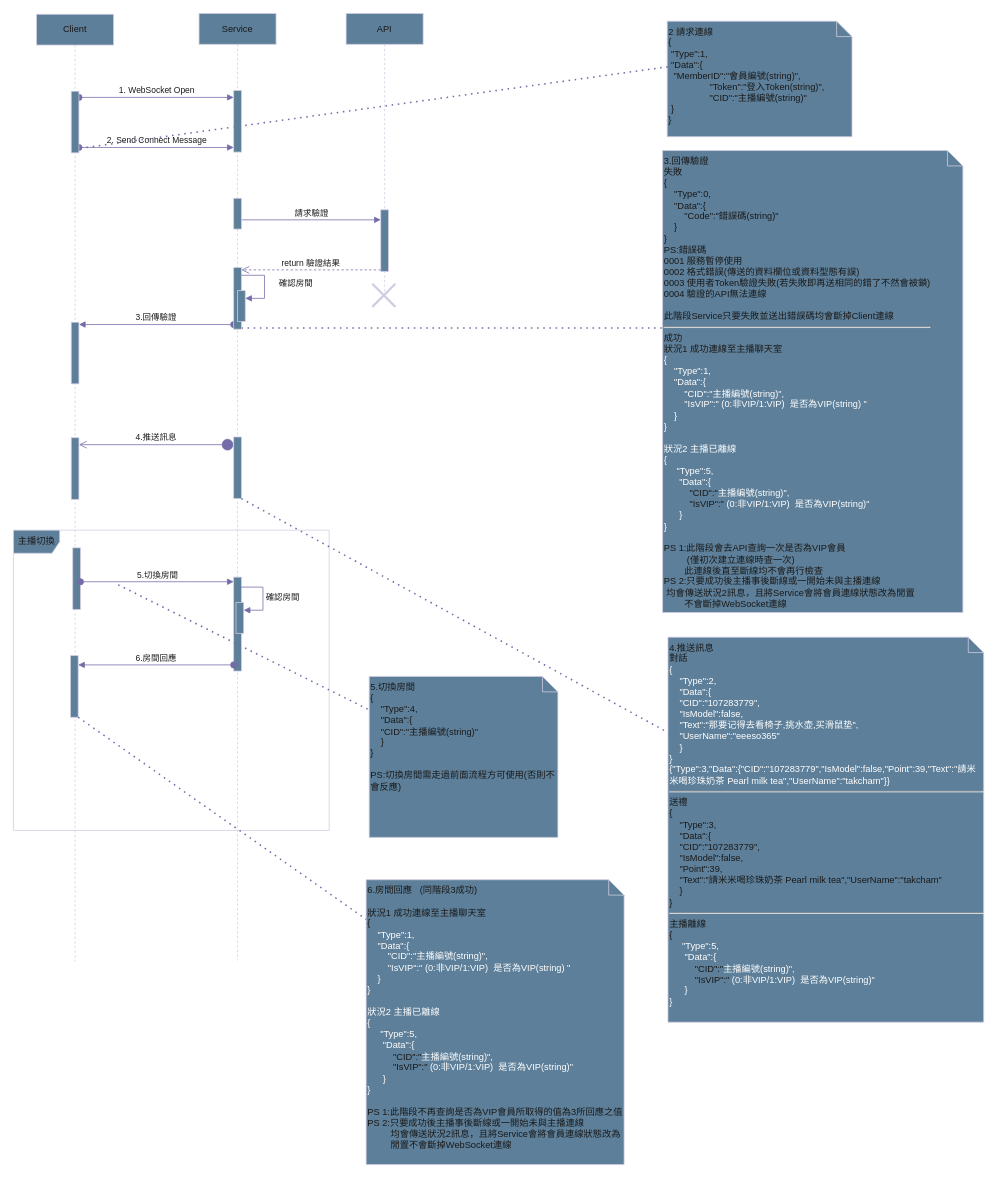
Above: ws.drawio in PCHI-COM-TW/SpiderDoc (draw.io), before the change. Source tidied: cells renumbered, new cells numbered last; positions are measured from the earlier drawing's top-left corner, leaving out a move shared by most shapes. Both pictures are drawn from the tidied source at 77%, with x=0, y=0 at pixel (13, 13).
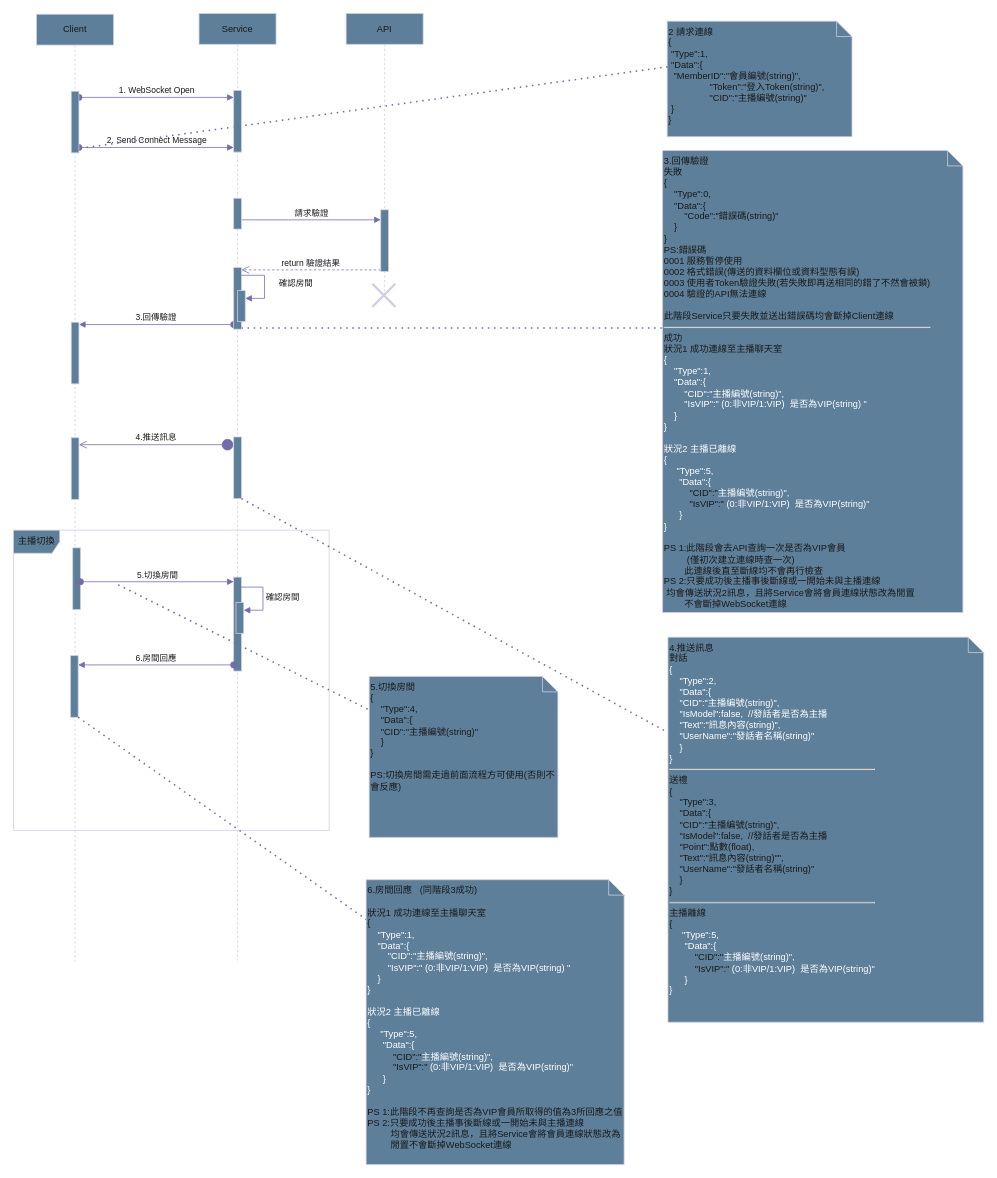
The same page after the edit.

The edit, as a diff of the source:
```diff
@@
-    <mxCell id="12" value="4.推送訊息&lt;br&gt;對話&lt;br&gt;&lt;span style=&quot;color: rgb(255, 255, 255); background-color: initial;&quot;&gt;{&lt;br&gt;&amp;nbsp; &amp;nbsp; &quot;Type&quot;:2,&lt;br&gt;&amp;nbsp; &amp;nbsp; &quot;Data&quot;:{&lt;br&gt;&lt;span style=&quot;&quot;&gt;&lt;span style=&quot;&quot;&gt;&amp;nbsp;&amp;nbsp;&amp;nbsp;&amp;nbsp;&lt;/span&gt;&lt;/span&gt;&quot;CID&quot;:&quot;107283779&quot;,&lt;br&gt;&lt;span style=&quot;&quot;&gt;&lt;span style=&quot;&quot;&gt;&amp;nbsp;&amp;nbsp;&amp;nbsp;&amp;nbsp;&lt;/span&gt;&lt;/span&gt;&quot;IsModel&quot;:false,&lt;br&gt;&lt;span style=&quot;&quot;&gt;&lt;span style=&quot;&quot;&gt;&amp;nbsp;&amp;nbsp;&amp;nbsp;&amp;nbsp;&lt;/span&gt;&lt;/span&gt;&quot;Text&quot;:&quot;那要记得去看椅子,挑水壶,买滑鼠垫&quot;,&lt;br&gt;&lt;span style=&quot;&quot;&gt;&lt;span style=&quot;&quot;&gt;&amp;nbsp;&amp;nbsp;&amp;nbsp;&amp;nbsp;&lt;/span&gt;&lt;/span&gt;&quot;UserName&quot;:&quot;eeeso365&quot;&lt;br&gt;&amp;nbsp; &amp;nbsp; }&lt;br&gt;}&lt;br&gt;&lt;/span&gt;&lt;span style=&quot;color: rgb(255, 255, 255); background-color: initial;&quot;&gt;{&quot;Type&quot;:3,&quot;Data&quot;:{&quot;CID&quot;:&quot;107283779&quot;,&quot;IsModel&quot;:false,&quot;Point&quot;:39,&quot;Text&quot;:&quot;請米米喝珍珠奶茶 Pearl milk tea&quot;,&quot;UserName&quot;:&quot;takcham&quot;}}&lt;/span&gt;&lt;span style=&quot;color: rgb(255, 255, 255); background-color: initial;&quot;&gt;&lt;br&gt;&lt;/span&gt;&lt;hr&gt;送禮&lt;br&gt;{&lt;br&gt;&amp;nbsp; &amp;nbsp; &quot;Type&quot;:3,&lt;br&gt;&amp;nbsp; &amp;nbsp; &quot;Data&quot;:{&lt;br&gt;&lt;span style=&quot;&quot;&gt;&lt;span style=&quot;white-space: pre;&quot;&gt;&amp;nbsp;&amp;nbsp;&amp;nbsp;&amp;nbsp;&lt;/span&gt;&lt;/span&gt;&quot;CID&quot;:&quot;107283779&quot;,&lt;br&gt;&lt;span style=&quot;&quot;&gt;&lt;span style=&quot;white-space: pre;&quot;&gt;&amp;nbsp;&amp;nbsp;&amp;nbsp;&amp;nbsp;&lt;/span&gt;&lt;/span&gt;&quot;IsModel&quot;:false,&lt;br&gt;&lt;span style=&quot;&quot;&gt;&lt;span style=&quot;white-space: pre;&quot;&gt;&amp;nbsp;&amp;nbsp;&amp;nbsp;&amp;nbsp;&lt;/span&gt;&lt;/span&gt;&quot;Point&quot;:39,&lt;br&gt;&lt;span style=&quot;&quot;&gt;&lt;span style=&quot;white-space: pre;&quot;&gt;&amp;nbsp;&amp;nbsp;&amp;nbsp;&amp;nbsp;&lt;/span&gt;&lt;/span&gt;&quot;Text&quot;:&quot;請米米喝珍珠奶茶 Pearl milk tea&quot;,&quot;UserName&quot;:&quot;takcham&quot;&lt;br&gt;&lt;span style=&quot;&quot;&gt;&lt;span style=&quot;white-space: pre;&quot;&gt;&amp;nbsp;&amp;nbsp;&amp;nbsp;&amp;nbsp;&lt;/span&gt;&lt;/span&gt;}&lt;br&gt;}&lt;br&gt;&lt;hr&gt;主播離線&lt;br&gt;&lt;div style=&quot;border-color: var(--border-color);&quot;&gt;{&lt;/div&gt;&lt;div style=&quot;border-color: var(--border-color);&quot;&gt;&lt;span style=&quot;border-color: var(--border-color); color: rgb(255, 255, 255); background-color: initial;&quot;&gt;&amp;nbsp; &amp;nbsp; &amp;nbsp;&quot;Type&quot;:5,&lt;/span&gt;&lt;/div&gt;&lt;div style=&quot;border-color: var(--border-color);&quot;&gt;&lt;span style=&quot;border-color: var(--border-color); color: rgb(255, 255, 255); background-color: initial;&quot;&gt;&amp;nbsp; &amp;nbsp; &amp;nbsp; &quot;Data&quot;:{&lt;/span&gt;&lt;/div&gt;&lt;div style=&quot;border-color: var(--border-color);&quot;&gt;&amp;nbsp; &amp;nbsp; &amp;nbsp; &amp;nbsp; &amp;nbsp; &quot;CID&quot;:&quot;&lt;span style=&quot;border-color: var(--border-color); color: rgb(255, 255, 255);&quot;&gt;主播編號(string)&lt;/span&gt;&lt;span style=&quot;border-color: var(--border-color); color: rgb(255, 255, 255); background-color: initial;&quot;&gt;&quot;,&lt;/span&gt;&lt;/div&gt;&lt;div style=&quot;border-color: var(--border-color);&quot;&gt;&amp;nbsp; &amp;nbsp; &amp;nbsp; &amp;nbsp; &amp;nbsp; &quot;IsVIP&quot;:&quot;&lt;span style=&quot;border-color: var(--border-color); color: rgb(255, 255, 255);&quot;&gt;&amp;nbsp;(0:非VIP/1:VIP)&amp;nbsp; 是否為VIP(string)&lt;/span&gt;&lt;span style=&quot;border-color: var(--border-color); color: rgb(255, 255, 255); background-color: initial;&quot;&gt;&quot;&lt;/span&gt;&lt;/div&gt;&lt;div style=&quot;border-color: var(--border-color);&quot;&gt;&lt;span style=&quot;border-color: var(--border-color); color: rgb(255, 255, 255); background-color: initial;&quot;&gt;&amp;nbsp; &amp;nbsp; &amp;nbsp; }&lt;/span&gt;&lt;/div&gt;&lt;div style=&quot;border-color: var(--border-color);&quot;&gt;&lt;span style=&quot;border-color: var(--border-color); color: rgb(255, 255, 255); background-color: initial;&quot;&gt;}&lt;/span&gt;&lt;/div&gt;" style="shape=note;size=20;whiteSpace=wrap;html=1;strokeColor=#D0CEE2;fontColor=#1A1A1A;fillColor=#5D7F99;align=left;verticalAlign=top;" parent="1" vertex="1">
+    <mxCell id="12" value="4.推送訊息&lt;br&gt;對話&lt;br&gt;&lt;span style=&quot;color: rgb(255, 255, 255); background-color: initial;&quot;&gt;{&lt;br&gt;&amp;nbsp; &amp;nbsp; &quot;Type&quot;:2,&lt;br&gt;&amp;nbsp; &amp;nbsp; &quot;Data&quot;:{&lt;br&gt;&lt;span style=&quot;&quot;&gt;&lt;span style=&quot;&quot;&gt;&amp;nbsp;&amp;nbsp;&amp;nbsp;&amp;nbsp;&lt;/span&gt;&lt;/span&gt;&quot;CID&quot;:&quot;主播編號(string)&quot;,&lt;br&gt;&lt;span style=&quot;&quot;&gt;&lt;span style=&quot;&quot;&gt;&amp;nbsp;&amp;nbsp;&amp;nbsp;&amp;nbsp;&lt;/span&gt;&lt;/span&gt;&quot;IsModel&quot;:false,&amp;nbsp; //發話者是否為主播&lt;br&gt;&lt;span style=&quot;&quot;&gt;&lt;span style=&quot;&quot;&gt;&amp;nbsp;&amp;nbsp;&amp;nbsp;&amp;nbsp;&lt;/span&gt;&lt;/span&gt;&quot;Text&quot;:&quot;訊息內容(string)&quot;,&lt;br&gt;&lt;span style=&quot;&quot;&gt;&lt;span style=&quot;&quot;&gt;&amp;nbsp;&amp;nbsp;&amp;nbsp;&amp;nbsp;&lt;/span&gt;&lt;/span&gt;&quot;UserName&quot;:&quot;發話者名稱(string)&quot;&lt;br&gt;&amp;nbsp; &amp;nbsp; }&lt;br&gt;}&lt;/span&gt;&lt;span style=&quot;color: rgb(255, 255, 255); background-color: initial;&quot;&gt;&lt;br&gt;&lt;/span&gt;&lt;hr&gt;送禮&lt;br&gt;{&lt;br&gt;&amp;nbsp; &amp;nbsp; &quot;Type&quot;:3,&lt;br&gt;&amp;nbsp; &amp;nbsp; &quot;Data&quot;:{&lt;br&gt;&lt;span style=&quot;&quot;&gt;&lt;span style=&quot;&quot;&gt;&amp;nbsp;&amp;nbsp;&amp;nbsp;&amp;nbsp;&lt;/span&gt;&lt;/span&gt;&quot;CID&quot;:&quot;主播編號(string)&quot;,&lt;br&gt;&lt;span style=&quot;&quot;&gt;&lt;span style=&quot;&quot;&gt;&amp;nbsp;&amp;nbsp;&amp;nbsp;&amp;nbsp;&lt;/span&gt;&lt;/span&gt;&quot;IsModel&quot;:false,&amp;nbsp; //發話者是否為主播&lt;br&gt;&lt;span style=&quot;&quot;&gt;&lt;span style=&quot;&quot;&gt;&amp;nbsp;&amp;nbsp;&amp;nbsp;&amp;nbsp;&lt;/span&gt;&lt;/span&gt;&quot;Point&quot;:點數(float),&lt;br&gt;&lt;span style=&quot;&quot;&gt;&lt;span style=&quot;&quot;&gt;&amp;nbsp;&amp;nbsp;&amp;nbsp;&amp;nbsp;&lt;/span&gt;&lt;/span&gt;&quot;Text&quot;:&quot;訊息內容(string)&quot;&quot;,&lt;br&gt;&amp;nbsp; &amp;nbsp; &quot;UserName&quot;:&quot;發話者名稱(string)&quot;&lt;br&gt;&lt;span style=&quot;&quot;&gt;&lt;span style=&quot;&quot;&gt;&amp;nbsp;&amp;nbsp;&amp;nbsp;&amp;nbsp;&lt;/span&gt;&lt;/span&gt;}&lt;br&gt;}&lt;br&gt;&lt;hr&gt;主播離線&lt;br&gt;&lt;div style=&quot;border-color: var(--border-color);&quot;&gt;{&lt;/div&gt;&lt;div style=&quot;border-color: var(--border-color);&quot;&gt;&lt;span style=&quot;border-color: var(--border-color); color: rgb(255, 255, 255); background-color: initial;&quot;&gt;&amp;nbsp; &amp;nbsp; &amp;nbsp;&quot;Type&quot;:5,&lt;/span&gt;&lt;/div&gt;&lt;div style=&quot;border-color: var(--border-color);&quot;&gt;&lt;span style=&quot;border-color: var(--border-color); color: rgb(255, 255, 255); background-color: initial;&quot;&gt;&amp;nbsp; &amp;nbsp; &amp;nbsp; &quot;Data&quot;:{&lt;/span&gt;&lt;/div&gt;&lt;div style=&quot;border-color: var(--border-color);&quot;&gt;&amp;nbsp; &amp;nbsp; &amp;nbsp; &amp;nbsp; &amp;nbsp; &quot;CID&quot;:&quot;&lt;span style=&quot;border-color: var(--border-color); color: rgb(255, 255, 255);&quot;&gt;主播編號(string)&lt;/span&gt;&lt;span style=&quot;border-color: var(--border-color); color: rgb(255, 255, 255); background-color: initial;&quot;&gt;&quot;,&lt;/span&gt;&lt;/div&gt;&lt;div style=&quot;border-color: var(--border-color);&quot;&gt;&amp;nbsp; &amp;nbsp; &amp;nbsp; &amp;nbsp; &amp;nbsp; &quot;IsVIP&quot;:&quot;&lt;span style=&quot;border-color: var(--border-color); color: rgb(255, 255, 255);&quot;&gt;&amp;nbsp;(0:非VIP/1:VIP)&amp;nbsp; 是否為VIP(string)&lt;/span&gt;&lt;span style=&quot;border-color: var(--border-color); color: rgb(255, 255, 255); background-color: initial;&quot;&gt;&quot;&lt;/span&gt;&lt;/div&gt;&lt;div style=&quot;border-color: var(--border-color);&quot;&gt;&lt;span style=&quot;border-color: var(--border-color); color: rgb(255, 255, 255); background-color: initial;&quot;&gt;&amp;nbsp; &amp;nbsp; &amp;nbsp; }&lt;/span&gt;&lt;/div&gt;&lt;div style=&quot;border-color: var(--border-color);&quot;&gt;&lt;span style=&quot;border-color: var(--border-color); color: rgb(255, 255, 255); background-color: initial;&quot;&gt;}&lt;/span&gt;&lt;/div&gt;" style="shape=note;size=20;whiteSpace=wrap;html=1;strokeColor=#D0CEE2;fontColor=#1A1A1A;fillColor=#5D7F99;align=left;verticalAlign=top;" parent="1" vertex="1">
       <mxGeometry x="850" y="810" width="410" height="500" as="geometry" />
     </mxCell>
```
